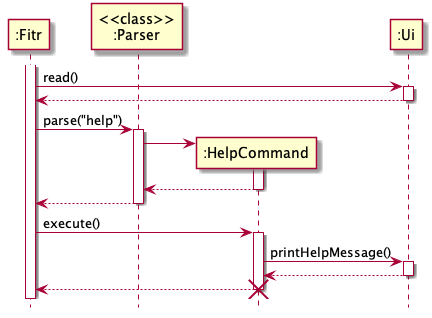
Earlier version of the PlantUML export docs/images/HelpCommandSequenceDiagram.png (nus-cs2113-AY2021S1/tp).
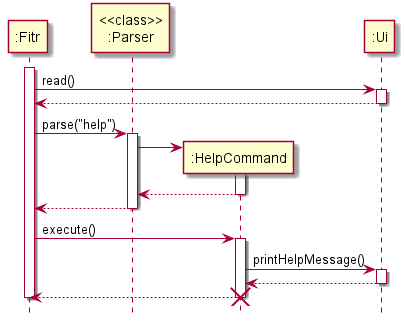
Above is the later version.

What changed in the source:
```diff
@@ -25,6 +25,7 @@
 return
 return
 destroy ":HelpCommand"
+deactivate ":Fitr"
 
 hide footbox
 @enduml
```
